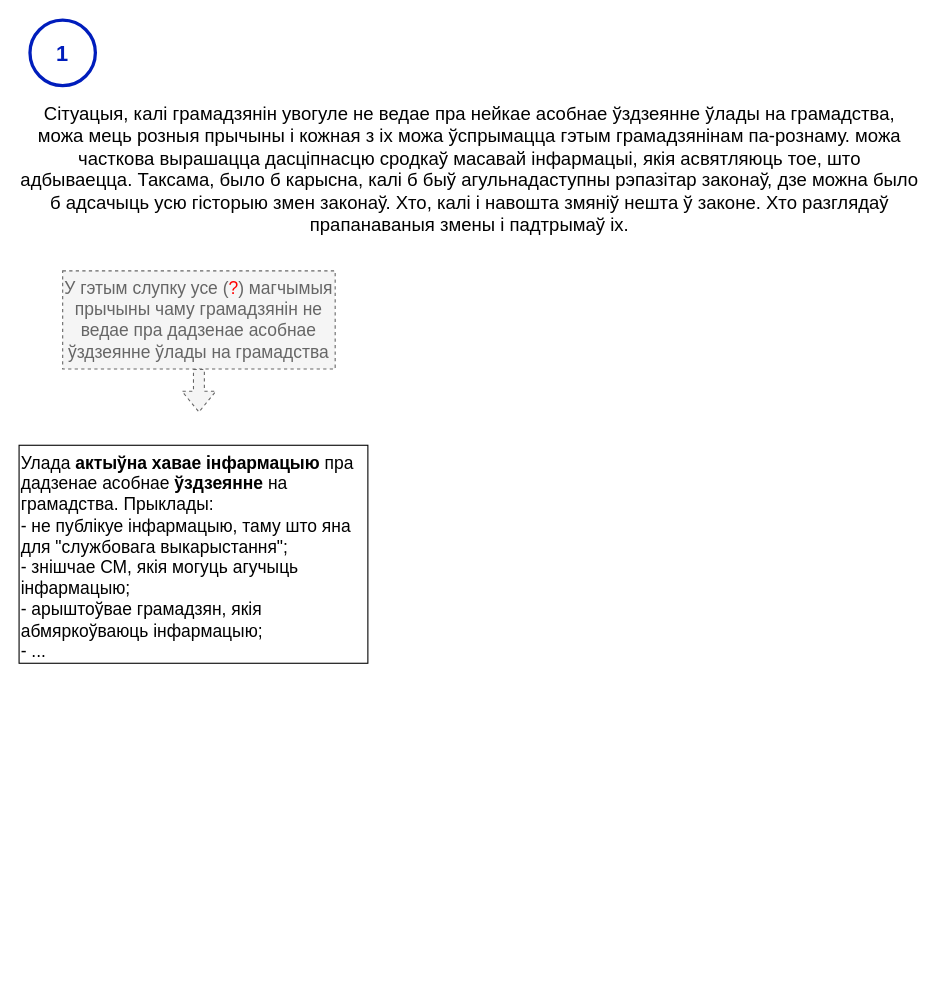
Above: page "нататка-1" (2 of 2) of current-reality-tree/Дрэва цяперашняй рэальнасці.drawio in mshurkaeu-public/i-care.by (draw.io), before the change. Source tidied: cells renumbered, new cells numbered last; positions are measured from the earlier drawing's top-left corner, leaving out a move shared by most shapes. Both pictures are drawn from the tidied source at 109%, with x=0, y=0 at pixel (19, 20).
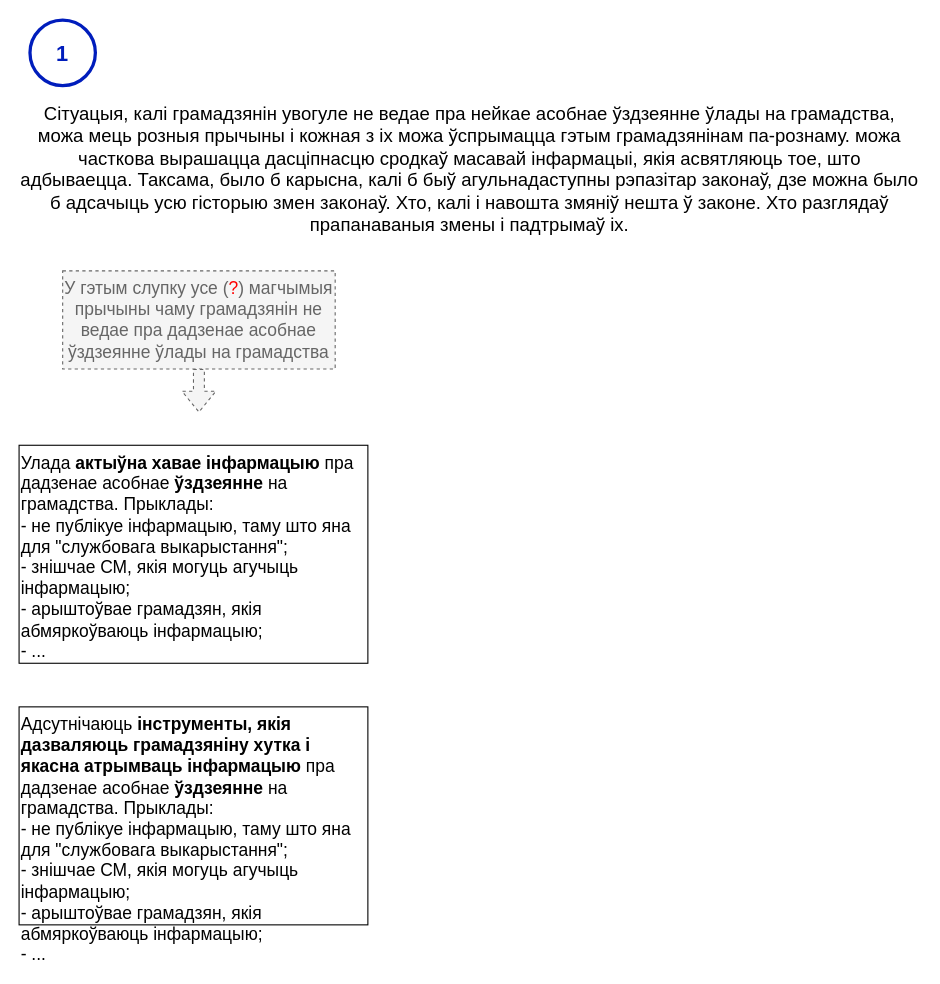
The same diagram, later.

Commit message:
The 33 version of the current reality tree

Diff of the diagram source:
```diff
@@
 <mxGraphModel>
   <root>
     <mxCell id="0" />
     <mxCell id="1" parent="0" />
     <mxCell id="2" value="Сітуацыя, калі грамадзянін увогуле не ведае пра нейкае асобнае ўздзеянне ўлады на грамадства, можа мець розныя прычыны і кожная з іх можа ўспрымацца гэтым грамадзянінам па-рознаму. можа часткова вырашацца дасціпнасцю сродкаў масавай інфармацыі, якія асвятляюць тое, што адбываецца. Таксама, было б карысна, калі б быў агульнадаступны рэпазітар законаў, дзе можна было б адсачыць усю гісторыю змен законаў. Хто, калі і навошта змяніў нешта ў законе. Хто разглядаў прапанаваныя змены і падтрымаў іх." style="text;html=1;strokeColor=none;fillColor=none;align=center;verticalAlign=top;whiteSpace=wrap;rounded=0;fontSize=17;" parent="1" vertex="1">
       <mxGeometry y="70" width="827" height="120" as="geometry" />
     </mxCell>
     <mxCell id="3" style="verticalLabelPosition=bottom;verticalAlign=top;html=1;shape=mxgraph.flowchart.on-page_reference;strokeWidth=3;fillColor=none;fontColor=#ffffff;strokeColor=#001DBC;comic=0;" parent="1" vertex="1">
       <mxGeometry x="10" width="60" height="60" as="geometry" />
     </mxCell>
     <mxCell id="4" value="1" style="text;html=1;strokeColor=none;fillColor=none;align=center;verticalAlign=middle;whiteSpace=wrap;rounded=0;fontColor=#001DBC;fontSize=20;fontStyle=1;" parent="1" vertex="1">
       <mxGeometry x="10" y="15" width="60" height="30" as="geometry" />
     </mxCell>
     <mxCell id="5" value="У гэтым слупку усе (&lt;font color=&quot;#ff0000&quot;&gt;?&lt;/font&gt;) магчымыя прычыны чаму грамадзянін не ведае пра дадзенае асобнае ўздзеянне ўлады на грамадства" style="text;html=1;strokeColor=#666666;fillColor=#f5f5f5;align=center;verticalAlign=top;whiteSpace=wrap;rounded=0;fontSize=16;fontColor=#666666;dashed=1;" parent="1" vertex="1">
       <mxGeometry x="40" y="230" width="250" height="90" as="geometry" />
     </mxCell>
     <mxCell id="6" style="shape=flexArrow;endArrow=classic;html=1;rounded=0;exitX=0.5;exitY=1;exitDx=0;exitDy=0;fillColor=#f5f5f5;strokeColor=#666666;dashed=1;" parent="1" edge="1" source="5">
       <mxGeometry relative="1" as="geometry">
         <mxPoint x="165" y="360" as="targetPoint" />
       </mxGeometry>
     </mxCell>
     <mxCell id="7" value="Улада &lt;b&gt;актыўна хавае інфармацыю&lt;/b&gt; пра дадзенае асобнае &lt;b&gt;ўздзеянне&lt;/b&gt; на грамадства. Прыклады:&lt;br&gt;- не публікуе інфармацыю, таму што яна для &quot;службовага выкарыстання&quot;;&lt;br&gt;- знішчае СМ, якія могуць агучыць інфармацыю;&lt;br&gt;- арыштоўвае грамадзян, якія абмяркоўваюць інфармацыю;&lt;br&gt;- ...&lt;br&gt; " style="text;html=1;align=left;verticalAlign=top;whiteSpace=wrap;rounded=0;fontSize=16;strokeColor=default;" parent="1" vertex="1">
       <mxGeometry y="390" width="320" height="200" as="geometry" />
     </mxCell>
+    <mxCell id="8" value="Адсутнічаюць &lt;b&gt;інструменты, якія дазваляюць грамадзяніну хутка і якасна атрымваць інфармацыю&lt;/b&gt; пра дадзенае асобнае &lt;b&gt;ўздзеянне&lt;/b&gt; на грамадства. Прыклады:&lt;br&gt;- не публікуе інфармацыю, таму што яна для &quot;службовага выкарыстання&quot;;&lt;br&gt;- знішчае СМ, якія могуць агучыць інфармацыю;&lt;br&gt;- арыштоўвае грамадзян, якія абмяркоўваюць інфармацыю;&lt;br&gt;- ...&lt;br&gt; " style="text;html=1;align=left;verticalAlign=top;whiteSpace=wrap;rounded=0;fontSize=16;strokeColor=default;" parent="1" vertex="1">
+      <mxGeometry y="630" width="320" height="200" as="geometry" />
+    </mxCell>
   </root>
 </mxGraphModel>
```
